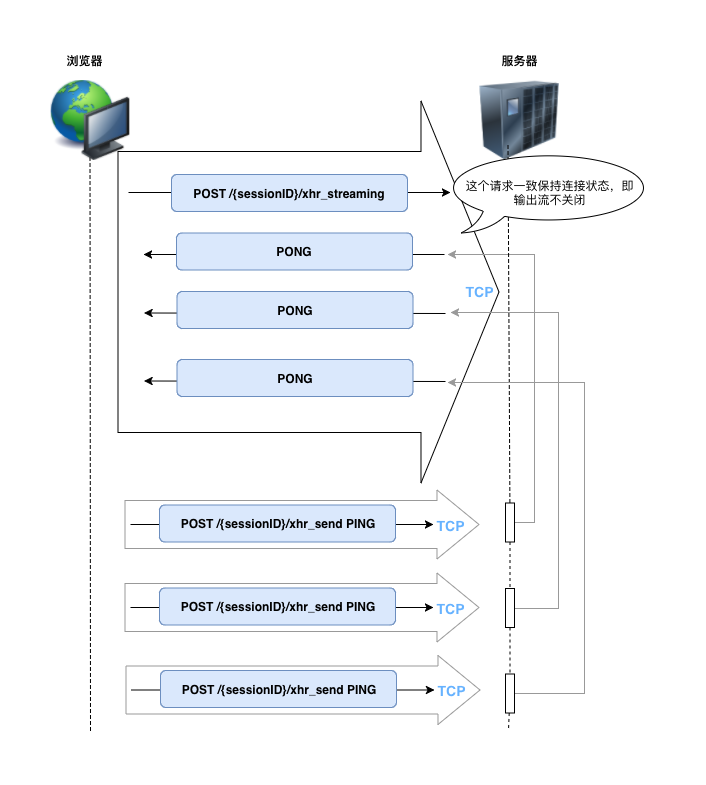
Before: source/images/sockjs/xhr-stream.png, a diagram exported from draw.io (ivan-94/bobi.ink). Source tidied: cells renumbered, new cells last; positions are measured from the earlier drawing's top-left corner, leaving out a move shared by most shapes. Its diagram source:
```xml
<mxGraphModel>
  <root>
    <mxCell id="0" />
    <mxCell id="1" parent="0" />
    <mxCell id="2" style="endArrow=none;dashed=1;html=1;" parent="1" edge="1" source="44">
      <mxGeometry relative="1" as="geometry">
        <mxPoint x="458" y="680" as="targetPoint" />
      </mxGeometry>
    </mxCell>
    <mxCell id="3" style="endArrow=none;dashed=1;html=1;" parent="1" edge="1">
      <mxGeometry relative="1" as="geometry">
        <mxPoint x="39.5" y="101" as="sourcePoint" />
        <mxPoint x="40" y="683" as="targetPoint" />
      </mxGeometry>
    </mxCell>
    <mxCell id="4" style="image;html=1;labelBackgroundColor=#ffffff;image=img/lib/clip_art/networking/UPS_128x128.png;" parent="1" vertex="1">
      <mxGeometry x="429" y="30" width="80" height="80" as="geometry" />
    </mxCell>
    <mxCell id="5" style="image;html=1;labelBackgroundColor=#ffffff;image=img/lib/clip_art/computers/Network_128x128.png;" parent="1" vertex="1">
      <mxGeometry y="30" width="80" height="80" as="geometry" />
    </mxCell>
    <mxCell id="6" value="浏览器" style="text;html=1;strokeColor=none;fillColor=none;align=center;verticalAlign=middle;whiteSpace=wrap;rounded=0;fontStyle=1;" parent="1" vertex="1">
      <mxGeometry x="14" width="40" height="20" as="geometry" />
    </mxCell>
    <mxCell id="7" value="服务器" style="text;html=1;strokeColor=none;fillColor=none;align=center;verticalAlign=middle;whiteSpace=wrap;rounded=0;fontStyle=1;" parent="1" vertex="1">
      <mxGeometry x="449" width="40" height="20" as="geometry" />
    </mxCell>
    <mxCell id="8" style="shape=flexArrow;endArrow=classic;html=1;endWidth=100;endSize=25.67;width=281;" parent="1" edge="1">
      <mxGeometry relative="1" as="geometry">
        <mxPoint x="67" y="241.5" as="sourcePoint" />
        <mxPoint x="449" y="241.5" as="targetPoint" />
      </mxGeometry>
    </mxCell>
    <mxCell id="9" style="endArrow=classic;html=1;" parent="1" edge="1">
      <mxGeometry relative="1" as="geometry">
        <mxPoint x="78" y="142" as="sourcePoint" />
        <mxPoint x="400" y="142" as="targetPoint" />
      </mxGeometry>
    </mxCell>
    <mxCell id="10" value="&lt;b&gt;POST /{sessionID}/xhr_streaming&lt;/b&gt;" style="rounded=1;whiteSpace=wrap;html=1;fillColor=#dae8fc;strokeColor=#6c8ebf;" parent="1" vertex="1">
      <mxGeometry x="121" y="124" width="236" height="37" as="geometry" />
    </mxCell>
    <mxCell id="11" style="endArrow=classic;html=1;" parent="1" edge="1">
      <mxGeometry relative="1" as="geometry">
        <mxPoint x="394" y="204" as="sourcePoint" />
        <mxPoint x="93" y="204" as="targetPoint" />
      </mxGeometry>
    </mxCell>
    <mxCell id="12" value="&lt;b&gt;PONG&lt;/b&gt;" style="rounded=1;whiteSpace=wrap;html=1;fillColor=#dae8fc;strokeColor=#6c8ebf;" parent="1" vertex="1">
      <mxGeometry x="126" y="182.5" width="236" height="37" as="geometry" />
    </mxCell>
    <mxCell id="13" value="&lt;font style=&quot;font-size: 14px&quot; color=&quot;#66b2ff&quot;&gt;&lt;b&gt;TCP&lt;/b&gt;&lt;/font&gt;" style="text;html=1;strokeColor=none;fillColor=none;align=center;verticalAlign=middle;whiteSpace=wrap;rounded=0;" parent="1" vertex="1">
      <mxGeometry x="409" y="231" width="40" height="20" as="geometry" />
    </mxCell>
    <mxCell id="14" style="endArrow=classic;html=1;" parent="1" edge="1">
      <mxGeometry relative="1" as="geometry">
        <mxPoint x="395" y="263" as="sourcePoint" />
        <mxPoint x="93.5" y="262.5" as="targetPoint" />
      </mxGeometry>
    </mxCell>
    <mxCell id="15" value="&lt;b&gt;PONG&lt;/b&gt;" style="rounded=1;whiteSpace=wrap;html=1;fillColor=#dae8fc;strokeColor=#6c8ebf;" parent="1" vertex="1">
      <mxGeometry x="126.5" y="241" width="236" height="37" as="geometry" />
    </mxCell>
    <mxCell id="16" style="endArrow=classic;html=1;" parent="1" edge="1">
      <mxGeometry relative="1" as="geometry">
        <mxPoint x="395" y="331" as="sourcePoint" />
        <mxPoint x="93.5" y="330.5" as="targetPoint" />
      </mxGeometry>
    </mxCell>
    <mxCell id="17" value="&lt;b&gt;PONG&lt;/b&gt;" style="rounded=1;whiteSpace=wrap;html=1;fillColor=#dae8fc;strokeColor=#6c8ebf;" parent="1" vertex="1">
      <mxGeometry x="126.5" y="309" width="236" height="37" as="geometry" />
    </mxCell>
    <mxCell id="18" style="group;" parent="1" vertex="1">
      <mxGeometry x="74" y="464.5" width="355" height="20" as="geometry" />
    </mxCell>
    <mxCell id="19" style="group;" parent="18" vertex="1">
      <mxGeometry width="355" height="20" as="geometry" />
    </mxCell>
    <mxCell id="20" style="shape=flexArrow;endArrow=classic;html=1;strokeColor=#999999;width=48;endSize=13.67;" parent="19" edge="1">
      <mxGeometry relative="1" as="geometry">
        <mxPoint y="9.5" as="sourcePoint" />
        <mxPoint x="355" y="9.5" as="targetPoint" />
      </mxGeometry>
    </mxCell>
    <mxCell id="21" value="&lt;font style=&quot;font-size: 14px&quot; color=&quot;#66b2ff&quot;&gt;&lt;b&gt;TCP&lt;/b&gt;&lt;/font&gt;" style="text;html=1;strokeColor=none;fillColor=none;align=center;verticalAlign=middle;whiteSpace=wrap;rounded=0;" parent="19" vertex="1">
      <mxGeometry x="306" width="40" height="20" as="geometry" />
    </mxCell>
    <mxCell id="22" style="endArrow=classic;html=1;" parent="1" edge="1">
      <mxGeometry relative="1" as="geometry">
        <mxPoint x="80" y="474" as="sourcePoint" />
        <mxPoint x="383" y="474" as="targetPoint" />
      </mxGeometry>
    </mxCell>
    <mxCell id="23" value="&lt;b&gt;POST /{sessionID}/xhr_send PING&lt;/b&gt;" style="rounded=1;whiteSpace=wrap;html=1;fillColor=#dae8fc;strokeColor=#6c8ebf;" parent="1" vertex="1">
      <mxGeometry x="109" y="454.5" width="236" height="37" as="geometry" />
    </mxCell>
    <mxCell id="24" style="group;" parent="1" vertex="1">
      <mxGeometry x="74" y="547.5" width="355" height="20" as="geometry" />
    </mxCell>
    <mxCell id="25" style="group;" parent="24" vertex="1">
      <mxGeometry width="355" height="20" as="geometry" />
    </mxCell>
    <mxCell id="26" style="shape=flexArrow;endArrow=classic;html=1;strokeColor=#999999;width=48;endSize=13.67;" parent="25" edge="1">
      <mxGeometry relative="1" as="geometry">
        <mxPoint y="9.5" as="sourcePoint" />
        <mxPoint x="355" y="9.5" as="targetPoint" />
      </mxGeometry>
    </mxCell>
    <mxCell id="27" value="&lt;font style=&quot;font-size: 14px&quot; color=&quot;#66b2ff&quot;&gt;&lt;b&gt;TCP&lt;/b&gt;&lt;/font&gt;" style="text;html=1;strokeColor=none;fillColor=none;align=center;verticalAlign=middle;whiteSpace=wrap;rounded=0;" parent="25" vertex="1">
      <mxGeometry x="306" width="40" height="20" as="geometry" />
    </mxCell>
    <mxCell id="28" style="endArrow=classic;html=1;" parent="1" edge="1">
      <mxGeometry relative="1" as="geometry">
        <mxPoint x="80" y="557" as="sourcePoint" />
        <mxPoint x="383" y="557" as="targetPoint" />
      </mxGeometry>
    </mxCell>
    <mxCell id="29" value="&lt;b&gt;POST /{sessionID}/xhr_send PING&lt;/b&gt;&lt;br&gt;" style="rounded=1;whiteSpace=wrap;html=1;fillColor=#dae8fc;strokeColor=#6c8ebf;" parent="1" vertex="1">
      <mxGeometry x="109" y="537.5" width="236" height="37" as="geometry" />
    </mxCell>
    <mxCell id="30" style="group;" parent="1" vertex="1">
      <mxGeometry x="75" y="630" width="355" height="20" as="geometry" />
    </mxCell>
    <mxCell id="31" style="group;" parent="30" vertex="1">
      <mxGeometry width="355" height="20" as="geometry" />
    </mxCell>
    <mxCell id="32" style="shape=flexArrow;endArrow=classic;html=1;strokeColor=#999999;width=48;endSize=13.67;" parent="31" edge="1">
      <mxGeometry relative="1" as="geometry">
        <mxPoint y="9.5" as="sourcePoint" />
        <mxPoint x="355" y="9.5" as="targetPoint" />
      </mxGeometry>
    </mxCell>
    <mxCell id="33" value="&lt;font style=&quot;font-size: 14px&quot; color=&quot;#66b2ff&quot;&gt;&lt;b&gt;TCP&lt;/b&gt;&lt;/font&gt;" style="text;html=1;strokeColor=none;fillColor=none;align=center;verticalAlign=middle;whiteSpace=wrap;rounded=0;" parent="31" vertex="1">
      <mxGeometry x="306" width="40" height="20" as="geometry" />
    </mxCell>
    <mxCell id="34" style="endArrow=classic;html=1;" parent="1" edge="1">
      <mxGeometry relative="1" as="geometry">
        <mxPoint x="81" y="639.5" as="sourcePoint" />
        <mxPoint x="384" y="639.5" as="targetPoint" />
      </mxGeometry>
    </mxCell>
    <mxCell id="35" value="&lt;b&gt;POST /{sessionID}/xhr_send PING&lt;/b&gt;&lt;br&gt;" style="rounded=1;whiteSpace=wrap;html=1;fillColor=#dae8fc;strokeColor=#6c8ebf;" parent="1" vertex="1">
      <mxGeometry x="110" y="620" width="236" height="37" as="geometry" />
    </mxCell>
    <mxCell id="36" style="edgeStyle=orthogonalEdgeStyle;rounded=0;jettySize=auto;html=1;exitX=1;exitY=0.5;exitDx=0;exitDy=0;strokeColor=#999999;" parent="1" edge="1" source="37">
      <mxGeometry relative="1" as="geometry">
        <mxPoint x="397" y="204" as="targetPoint" />
        <Array as="points">
          <mxPoint x="484" y="472" />
          <mxPoint x="484" y="204" />
        </Array>
      </mxGeometry>
    </mxCell>
    <mxCell id="37" style="rounded=0;whiteSpace=wrap;html=1;" parent="1" vertex="1">
      <mxGeometry x="455" y="452.5" width="9" height="39" as="geometry" />
    </mxCell>
    <mxCell id="38" style="endArrow=none;dashed=1;html=1;" parent="1" edge="1" target="37">
      <mxGeometry relative="1" as="geometry">
        <mxPoint x="457.5" y="95" as="sourcePoint" />
      </mxGeometry>
    </mxCell>
    <mxCell id="39" value="这个请求一致保持连接状态，即&lt;br&gt;输出流不关闭" style="whiteSpace=wrap;html=1;shape=mxgraph.basic.oval_callout;" parent="1" vertex="1">
      <mxGeometry x="393" y="101.5" width="212" height="81" as="geometry" />
    </mxCell>
    <mxCell id="40" style="edgeStyle=orthogonalEdgeStyle;rounded=0;jettySize=auto;html=1;exitX=1;exitY=0.5;exitDx=0;exitDy=0;strokeColor=#999999;" parent="1" edge="1" source="41">
      <mxGeometry relative="1" as="geometry">
        <mxPoint x="400" y="262" as="targetPoint" />
        <Array as="points">
          <mxPoint x="508" y="558" />
          <mxPoint x="508" y="262" />
        </Array>
      </mxGeometry>
    </mxCell>
    <mxCell id="41" style="rounded=0;whiteSpace=wrap;html=1;" parent="1" vertex="1">
      <mxGeometry x="455" y="538" width="9" height="39" as="geometry" />
    </mxCell>
    <mxCell id="42" style="endArrow=none;dashed=1;html=1;" parent="1" edge="1" source="37" target="41">
      <mxGeometry relative="1" as="geometry" />
    </mxCell>
    <mxCell id="43" style="edgeStyle=orthogonalEdgeStyle;rounded=0;jettySize=auto;html=1;exitX=1;exitY=0.5;exitDx=0;exitDy=0;strokeColor=#999999;" parent="1" edge="1" source="44">
      <mxGeometry relative="1" as="geometry">
        <mxPoint x="397" y="332" as="targetPoint" />
        <Array as="points">
          <mxPoint x="534" y="643" />
          <mxPoint x="534" y="332" />
        </Array>
      </mxGeometry>
    </mxCell>
    <mxCell id="44" style="rounded=0;whiteSpace=wrap;html=1;" parent="1" vertex="1">
      <mxGeometry x="455" y="623.5" width="9" height="39" as="geometry" />
    </mxCell>
    <mxCell id="45" style="endArrow=none;dashed=1;html=1;" parent="1" edge="1" source="41" target="44">
      <mxGeometry relative="1" as="geometry" />
    </mxCell>
  </root>
</mxGraphModel>
```
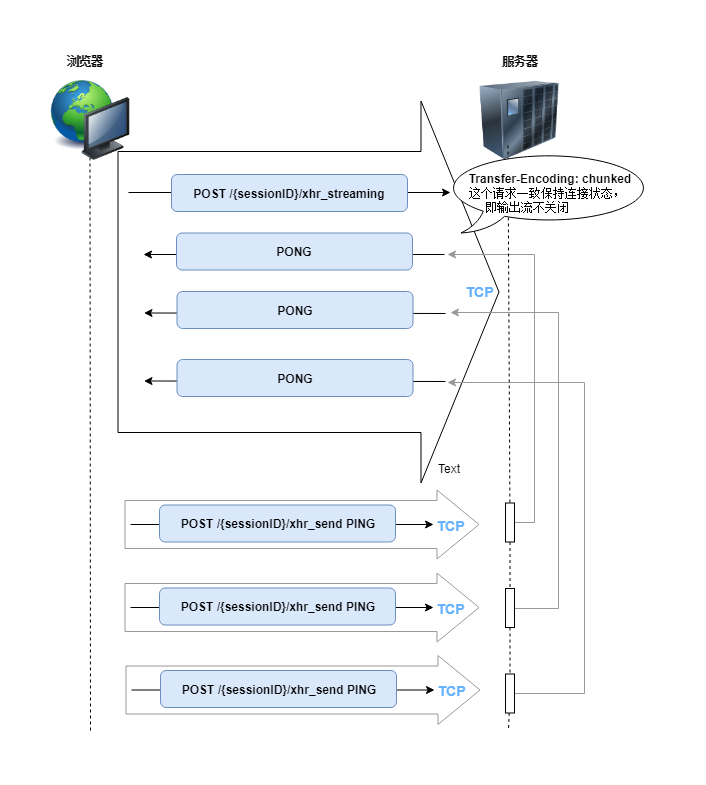
The same diagram one commit later.

Change to the diagram source:
```diff
@@ -159,7 +159,7 @@
         <mxPoint x="457.5" y="95" as="sourcePoint" />
       </mxGeometry>
     </mxCell>
-    <mxCell id="39" value="这个请求一致保持连接状态，即&lt;br&gt;输出流不关闭" style="whiteSpace=wrap;html=1;shape=mxgraph.basic.oval_callout;" parent="1" vertex="1">
+    <mxCell id="39" value="&lt;div style=&quot;text-align: left&quot;&gt;&lt;span&gt;&lt;b&gt;Transfer-Encoding: chunked&lt;/b&gt;&lt;/span&gt;&lt;/div&gt;&lt;div style=&quot;text-align: left&quot;&gt;&lt;span&gt;这个请求一致保持连接状态，&lt;/span&gt;&lt;/div&gt;&lt;div style=&quot;text-align: left&quot;&gt;&lt;span&gt;&amp;nbsp; &amp;nbsp; &amp;nbsp;即&lt;/span&gt;&lt;span&gt;输出流不关闭&lt;/span&gt;&lt;/div&gt;" style="whiteSpace=wrap;html=1;shape=mxgraph.basic.oval_callout;" parent="1" vertex="1">
       <mxGeometry x="393" y="101.5" width="212" height="81" as="geometry" />
     </mxCell>
     <mxCell id="40" style="edgeStyle=orthogonalEdgeStyle;rounded=0;jettySize=auto;html=1;exitX=1;exitY=0.5;exitDx=0;exitDy=0;strokeColor=#999999;" parent="1" edge="1" source="41">
@@ -192,5 +192,8 @@
     <mxCell id="45" style="endArrow=none;dashed=1;html=1;" parent="1" edge="1" source="41" target="44">
       <mxGeometry relative="1" as="geometry" />
     </mxCell>
+    <mxCell id="46" value="Text" style="text;html=1;align=left;verticalAlign=top;spacingTop=-4;" parent="1" vertex="1">
+      <mxGeometry x="386" y="409" width="32" height="14" as="geometry" />
+    </mxCell>
   </root>
 </mxGraphModel>
```
